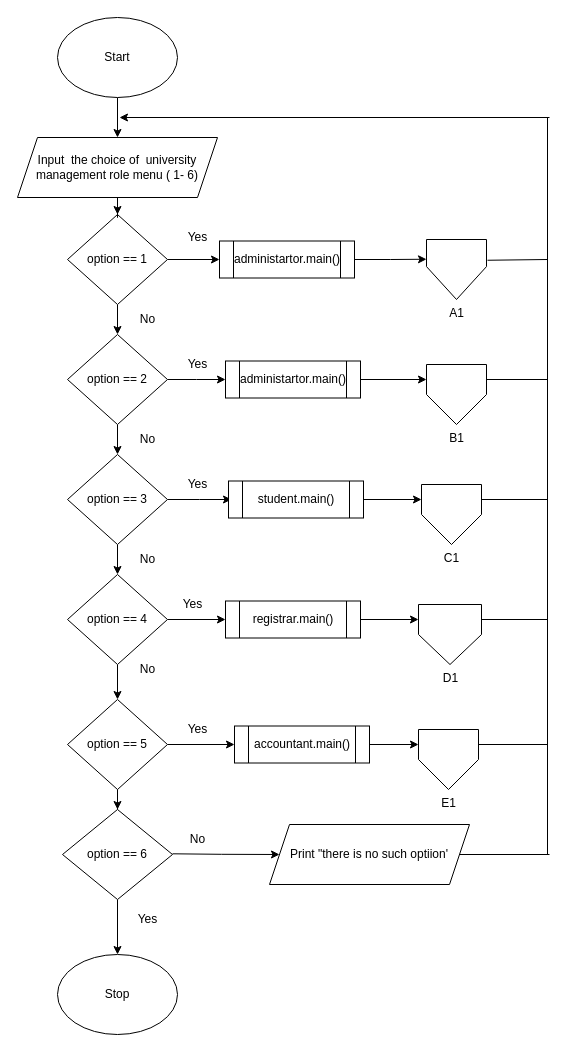
The draw.io diagram Flowchart/Assignment Flowchart.drawio in richmonddeanlim/Group-Assignment---Python, before the edit. Source tidied: cells renumbered, new cells numbered last; positions are measured from the earlier drawing's top-left corner, leaving out a move shared by most shapes. Both pictures are drawn from the tidied source at 100%, with x=0, y=0 at pixel (17, 17).
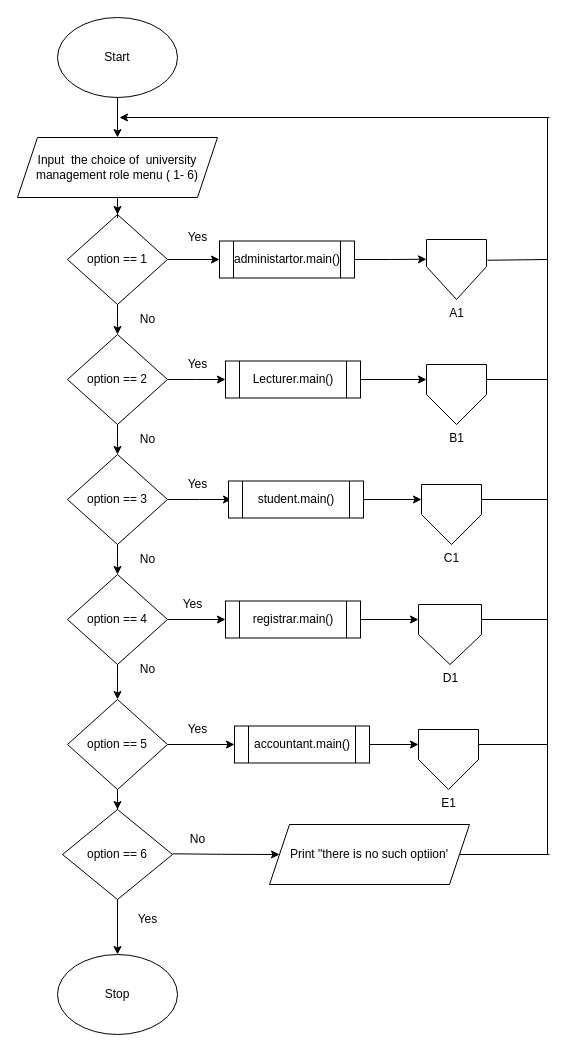
Above is the later version.

Commit message (it also covers changes not shown here):
Fixing flowchart in the main one

Diff of the diagram source:
```diff
@@
-    <mxCell id="53" value="administartor.main()" style="shape=process;whiteSpace=wrap;html=1;backgroundOutline=1;" parent="1" vertex="1">
+    <mxCell id="53" value="Lecturer.main()" style="shape=process;whiteSpace=wrap;html=1;backgroundOutline=1;" parent="1" vertex="1">
       <mxGeometry x="208" y="343.5" width="135" height="37" as="geometry" />
     </mxCell>
```
